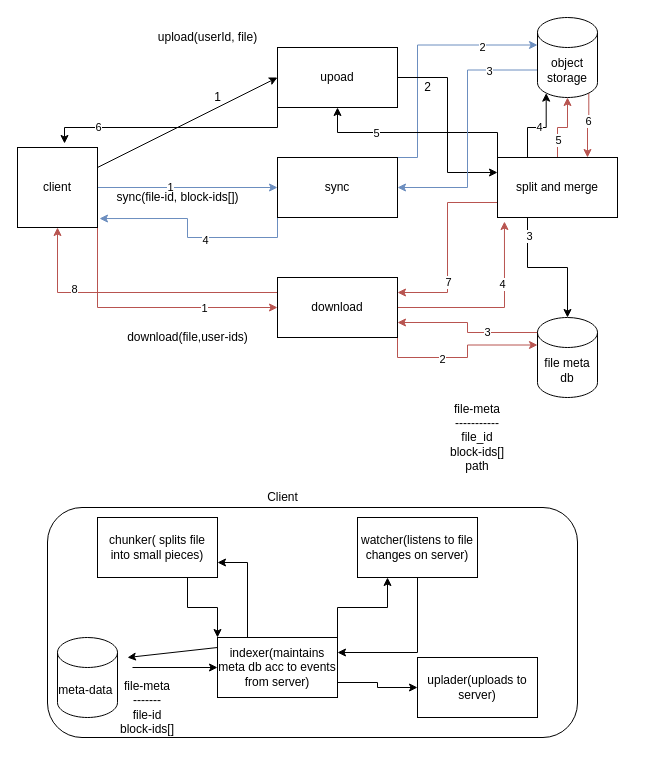
Earlier version of the draw.io diagram drop_box.drawio (magicBeans23/Practice). Source tidied: cells renumbered, new cells numbered last; positions are measured from the earlier drawing's top-left corner, leaving out a move shared by most shapes. Both pictures are drawn from the tidied source at 100%, with x=0, y=0 at pixel (17, 17).
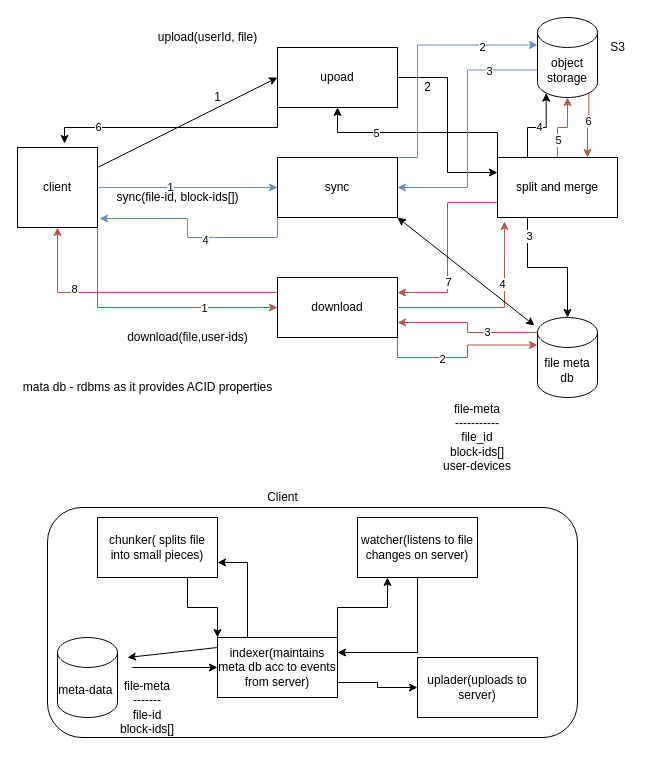
The same page after the edit.

Unchanged cells that the change refers to:
```xml
<mxCell id="6" value="sync" style="rounded=0;whiteSpace=wrap;html=1;" parent="1" vertex="1">
  <mxGeometry x="260" y="140" width="120" height="60" as="geometry" />
</mxCell>
<mxCell id="31" value="file meta db" style="shape=cylinder3;whiteSpace=wrap;html=1;boundedLbl=1;backgroundOutline=1;size=15;" parent="1" vertex="1">
  <mxGeometry x="520" y="300" width="60" height="80" as="geometry" />
</mxCell>
```

Change to the diagram source:
```diff
@@
-    <mxCell id="32" value="file-meta&lt;br&gt;-----------&lt;br&gt;file_id&lt;br&gt;block-ids[]&lt;br&gt;path" style="text;html=1;strokeColor=none;fillColor=none;align=center;verticalAlign=middle;whiteSpace=wrap;rounded=0;" parent="1" vertex="1">
+    <mxCell id="32" value="file-meta&lt;br&gt;-----------&lt;br&gt;file_id&lt;br&gt;block-ids[]&lt;br&gt;user-devices" style="text;html=1;strokeColor=none;fillColor=none;align=center;verticalAlign=middle;whiteSpace=wrap;rounded=0;" parent="1" vertex="1">
       <mxGeometry x="420" y="370" width="80" height="100" as="geometry" />
     </mxCell>
@@
+    <mxCell id="63" value="mata db - rdbms as it provides ACID properties" style="text;html=1;align=center;verticalAlign=middle;strokeColor=none;" parent="1" vertex="1">
+      <mxGeometry y="360" width="260" height="20" as="geometry" />
+    </mxCell>
+    <mxCell id="64" value="S3" style="text;html=1;align=center;verticalAlign=middle;strokeColor=none;" parent="1" vertex="1">
+      <mxGeometry x="585" y="20" width="30" height="20" as="geometry" />
+    </mxCell>
+    <mxCell id="65" style="endArrow=classic;startArrow=classic;html=1;entryX=-0.05;entryY=0.1;entryDx=0;entryDy=0;entryPerimeter=0;exitX=1;exitY=1;exitDx=0;exitDy=0;" parent="1" edge="1" source="6" target="31">
+      <mxGeometry relative="1" as="geometry" />
+    </mxCell>
```
